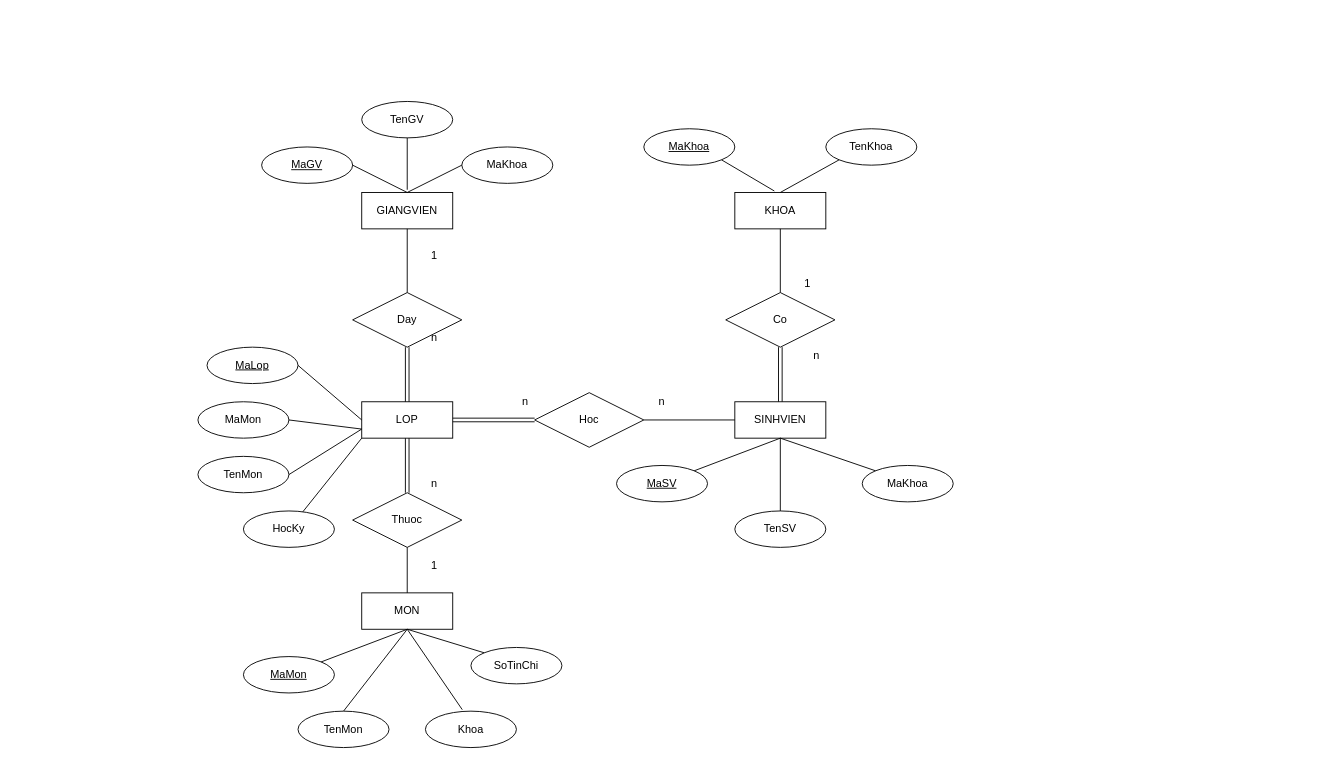
This is Untitled Diagram.drawio from QuangHuy2201/CSDL, a draw.io file, before an edit. Source tidied: cells renumbered, new cells numbered last; positions are measured from the earlier drawing's top-left corner, leaving out a move shared by most shapes. Both pictures are drawn from the tidied source at 91%, with x=0, y=0 at pixel (197, 101).
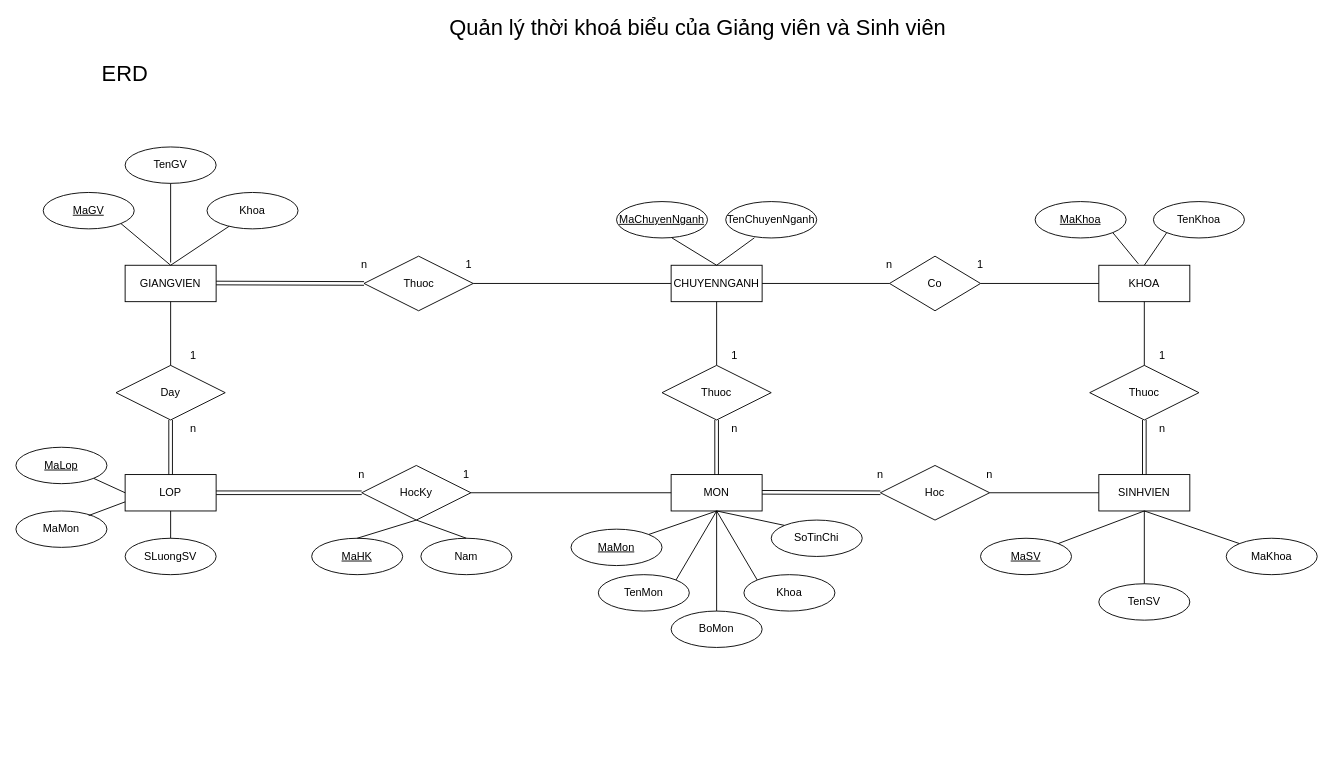
The same page after the edit.

Diff of the diagram source:
```diff
@@
     <mxCell id="2" value="GIANGVIEN" style="whiteSpace=wrap;html=1;align=center;" parent="1" vertex="1">
-      <mxGeometry x="180" y="100" width="100" height="40" as="geometry" />
+      <mxGeometry x="-80" y="180" width="100" height="40" as="geometry" />
     </mxCell>
     <mxCell id="3" value="MaGV" style="ellipse;whiteSpace=wrap;html=1;align=center;fontStyle=4;" parent="1" vertex="1">
-      <mxGeometry x="70" y="50" width="100" height="40" as="geometry" />
+      <mxGeometry x="-170" y="100" width="100" height="40" as="geometry" />
     </mxCell>
     <mxCell id="4" value="TenGV" style="ellipse;whiteSpace=wrap;html=1;align=center;" parent="1" vertex="1">
-      <mxGeometry x="180" width="100" height="40" as="geometry" />
+      <mxGeometry x="-80" y="50" width="100" height="40" as="geometry" />
     </mxCell>
-    <mxCell id="5" value="MaKhoa" style="ellipse;whiteSpace=wrap;html=1;align=center;" parent="1" vertex="1">
-      <mxGeometry x="290" y="50" width="100" height="40" as="geometry" />
+    <mxCell id="5" value="Khoa" style="ellipse;whiteSpace=wrap;html=1;align=center;" parent="1" vertex="1">
+      <mxGeometry x="10" y="100" width="100" height="40" as="geometry" />
     </mxCell>
     <mxCell id="6" style="endArrow=none;html=1;exitX=0.5;exitY=1;exitDx=0;exitDy=0;" parent="1" edge="1" source="4">
       <mxGeometry relative="1" as="geometry">
-        <mxPoint x="230" y="97" as="targetPoint" />
+        <mxPoint x="-30" y="177" as="targetPoint" />
       </mxGeometry>
     </mxCell>
-    <mxCell id="7" style="endArrow=none;html=1;entryX=0;entryY=0.5;entryDx=0;entryDy=0;" parent="1" edge="1" target="5">
+    <mxCell id="7" style="endArrow=none;html=1;" parent="1" edge="1" target="5">
       <mxGeometry relative="1" as="geometry">
-        <mxPoint x="230" y="100" as="sourcePoint" />
+        <mxPoint x="-30" y="180" as="sourcePoint" />
       </mxGeometry>
     </mxCell>
-    <mxCell id="8" style="endArrow=none;html=1;exitX=1;exitY=0.5;exitDx=0;exitDy=0;" parent="1" edge="1" source="3">
+    <mxCell id="8" style="endArrow=none;html=1;exitX=1;exitY=1;exitDx=0;exitDy=0;" parent="1" edge="1" source="3">
       <mxGeometry relative="1" as="geometry">
-        <mxPoint x="230" y="100" as="targetPoint" />
+        <mxPoint x="-30" y="180" as="targetPoint" />
       </mxGeometry>
     </mxCell>
     <mxCell id="9" value="KHOA" style="whiteSpace=wrap;html=1;align=center;" parent="1" vertex="1">
-      <mxGeometry x="590" y="100" width="100" height="40" as="geometry" />
+      <mxGeometry x="990" y="180" width="100" height="40" as="geometry" />
     </mxCell>
     <mxCell id="10" value="MaKhoa" style="ellipse;whiteSpace=wrap;html=1;align=center;fontStyle=4;" parent="1" vertex="1">
-      <mxGeometry x="490" y="30" width="100" height="40" as="geometry" />
+      <mxGeometry x="920" y="110" width="100" height="40" as="geometry" />
     </mxCell>
     <mxCell id="11" value="TenKhoa" style="ellipse;whiteSpace=wrap;html=1;align=center;" parent="1" vertex="1">
-      <mxGeometry x="690" y="30" width="100" height="40" as="geometry" />
+      <mxGeometry x="1050" y="110" width="100" height="40" as="geometry" />
     </mxCell>
@@
     <mxCell id="14" value="MON" style="whiteSpace=wrap;html=1;align=center;" parent="1" vertex="1">
-      <mxGeometry x="180" y="540" width="100" height="40" as="geometry" />
+      <mxGeometry x="520" y="410" width="100" height="40" as="geometry" />
     </mxCell>
     <mxCell id="15" value="MaMon" style="ellipse;whiteSpace=wrap;html=1;align=center;fontStyle=4;" parent="1" vertex="1">
-      <mxGeometry x="50" y="610" width="100" height="40" as="geometry" />
+      <mxGeometry x="410" y="470" width="100" height="40" as="geometry" />
     </mxCell>
     <mxCell id="16" value="TenMon" style="ellipse;whiteSpace=wrap;html=1;align=center;" parent="1" vertex="1">
-      <mxGeometry x="110" y="670" width="100" height="40" as="geometry" />
+      <mxGeometry x="440" y="520" width="100" height="40" as="geometry" />
     </mxCell>
-    <mxCell id="17" value="Khoa" style="ellipse;whiteSpace=wrap;html=1;align=center;" parent="1" vertex="1">
-      <mxGeometry x="250" y="670" width="100" height="40" as="geometry" />
+    <mxCell id="17" value="BoMon" style="ellipse;whiteSpace=wrap;html=1;align=center;" parent="1" vertex="1">
+      <mxGeometry x="520" y="560" width="100" height="40" as="geometry" />
     </mxCell>
     <mxCell id="18" value="SoTinChi" style="ellipse;whiteSpace=wrap;html=1;align=center;" parent="1" vertex="1">
-      <mxGeometry x="300" y="600" width="100" height="40" as="geometry" />
+      <mxGeometry x="630" y="460" width="100" height="40" as="geometry" />
     </mxCell>
-    <mxCell id="19" style="endArrow=none;html=1;exitX=1;exitY=0;exitDx=0;exitDy=0;" parent="1" edge="1">
+    <mxCell id="19" style="endArrow=none;html=1;exitX=1;exitY=0;exitDx=0;exitDy=0;" parent="1" edge="1" source="15">
       <mxGeometry relative="1" as="geometry">
-        <mxPoint x="135.4" y="615.9" as="sourcePoint" />
-        <mxPoint x="230" y="580" as="targetPoint" />
+        <mxPoint x="570" y="450" as="targetPoint" />
       </mxGeometry>
     </mxCell>
-    <mxCell id="20" style="endArrow=none;html=1;exitX=0.5;exitY=0;exitDx=0;exitDy=0;" parent="1" edge="1" source="16">
+    <mxCell id="20" style="endArrow=none;html=1;exitX=1;exitY=0;exitDx=0;exitDy=0;" parent="1" edge="1" source="16">
       <mxGeometry relative="1" as="geometry">
-        <mxPoint x="230" y="580" as="targetPoint" />
+        <mxPoint x="570" y="450" as="targetPoint" />
       </mxGeometry>
     </mxCell>
-    <mxCell id="21" style="endArrow=none;html=1;exitX=0.405;exitY=-0.041;exitDx=0;exitDy=0;exitPerimeter=0;" parent="1" edge="1" source="17">
+    <mxCell id="21" style="endArrow=none;html=1;exitX=0.5;exitY=0;exitDx=0;exitDy=0;" parent="1" edge="1" source="17">
       <mxGeometry relative="1" as="geometry">
-        <mxPoint x="230" y="580" as="targetPoint" />
+        <mxPoint x="570" y="450" as="targetPoint" />
       </mxGeometry>
     </mxCell>
@@
     <mxCell id="23" value="SINHVIEN" style="whiteSpace=wrap;html=1;align=center;" parent="1" vertex="1">
-      <mxGeometry x="590" y="330" width="100" height="40" as="geometry" />
+      <mxGeometry x="990" y="410" width="100" height="40" as="geometry" />
     </mxCell>
     <mxCell id="24" value="TenSV" style="ellipse;whiteSpace=wrap;html=1;align=center;" parent="1" vertex="1">
-      <mxGeometry x="590" y="450" width="100" height="40" as="geometry" />
+      <mxGeometry x="990" y="530" width="100" height="40" as="geometry" />
     </mxCell>
     <mxCell id="25" value="MaSV" style="ellipse;whiteSpace=wrap;html=1;align=center;fontStyle=4;" parent="1" vertex="1">
-      <mxGeometry x="460" y="400" width="100" height="40" as="geometry" />
+      <mxGeometry x="860" y="480" width="100" height="40" as="geometry" />
     </mxCell>
     <mxCell id="26" value="MaKhoa" style="ellipse;whiteSpace=wrap;html=1;align=center;" parent="1" vertex="1">
-      <mxGeometry x="730" y="400" width="100" height="40" as="geometry" />
+      <mxGeometry x="1130" y="480" width="100" height="40" as="geometry" />
     </mxCell>
@@
     <mxCell id="30" value="LOP" style="whiteSpace=wrap;html=1;align=center;" parent="1" vertex="1">
-      <mxGeometry x="180" y="330" width="100" height="40" as="geometry" />
+      <mxGeometry x="-80" y="410" width="100" height="40" as="geometry" />
     </mxCell>
     <mxCell id="31" value="MaLop" style="ellipse;whiteSpace=wrap;html=1;align=center;fontStyle=4;" parent="1" vertex="1">
-      <mxGeometry x="10" y="270" width="100" height="40" as="geometry" />
+      <mxGeometry x="-200" y="380" width="100" height="40" as="geometry" />
     </mxCell>
     <mxCell id="32" value="MaMon" style="ellipse;whiteSpace=wrap;html=1;align=center;" parent="1" vertex="1">
-      <mxGeometry y="330" width="100" height="40" as="geometry" />
+      <mxGeometry x="-200" y="450" width="100" height="40" as="geometry" />
     </mxCell>
-    <mxCell id="33" value="TenMon" style="ellipse;whiteSpace=wrap;html=1;align=center;" parent="1" vertex="1">
-      <mxGeometry y="390" width="100" height="40" as="geometry" />
-    </mxCell>
-    <mxCell id="34" value="HocKy" style="ellipse;whiteSpace=wrap;html=1;align=center;" parent="1" vertex="1">
-      <mxGeometry x="50" y="450" width="100" height="40" as="geometry" />
-    </mxCell>
-    <mxCell id="35" style="endArrow=none;html=1;exitX=1;exitY=0.5;exitDx=0;exitDy=0;entryX=0;entryY=0.75;entryDx=0;entryDy=0;" parent="1" edge="1" source="32" target="30">
+    <mxCell id="35" style="endArrow=none;html=1;exitX=0.8;exitY=0.125;exitDx=0;exitDy=0;entryX=0;entryY=0.75;entryDx=0;entryDy=0;exitPerimeter=0;" parent="1" edge="1" source="32" target="30">
       <mxGeometry relative="1" as="geometry" />
     </mxCell>
-    <mxCell id="36" style="endArrow=none;html=1;exitX=1;exitY=0.5;exitDx=0;exitDy=0;entryX=0;entryY=0.5;entryDx=0;entryDy=0;" parent="1" edge="1" source="31" target="30">
+    <mxCell id="36" style="endArrow=none;html=1;exitX=1;exitY=1;exitDx=0;exitDy=0;entryX=0;entryY=0.5;entryDx=0;entryDy=0;" parent="1" edge="1" source="31" target="30">
       <mxGeometry relative="1" as="geometry" />
     </mxCell>
-    <mxCell id="37" style="endArrow=none;html=1;exitX=1;exitY=0.5;exitDx=0;exitDy=0;entryX=0;entryY=0.75;entryDx=0;entryDy=0;" parent="1" edge="1" source="33" target="30">
-      <mxGeometry relative="1" as="geometry" />
-    </mxCell>
-    <mxCell id="38" style="endArrow=none;html=1;entryX=0;entryY=1;entryDx=0;entryDy=0;" parent="1" edge="1" source="34" target="30">
-      <mxGeometry relative="1" as="geometry" />
-    </mxCell>
     <mxCell id="39" value="Day" style="shape=rhombus;perimeter=rhombusPerimeter;whiteSpace=wrap;html=1;align=center;" parent="1" vertex="1">
-      <mxGeometry x="170" y="210" width="120" height="60" as="geometry" />
+      <mxGeometry x="-90" y="290" width="120" height="60" as="geometry" />
     </mxCell>
@@
     <mxCell id="42" value="n" style="text;html=1;strokeColor=none;fillColor=none;align=center;verticalAlign=middle;whiteSpace=wrap;rounded=0;" parent="1" vertex="1">
-      <mxGeometry x="240" y="250" width="40" height="20" as="geometry" />
+      <mxGeometry x="-25" y="350" width="40" height="20" as="geometry" />
     </mxCell>
     <mxCell id="43" value="1" style="text;html=1;strokeColor=none;fillColor=none;align=center;verticalAlign=middle;whiteSpace=wrap;rounded=0;" parent="1" vertex="1">
-      <mxGeometry x="240" y="160" width="40" height="20" as="geometry" />
+      <mxGeometry x="-25" y="270" width="40" height="20" as="geometry" />
     </mxCell>
     <mxCell id="44" value="Hoc" style="shape=rhombus;perimeter=rhombusPerimeter;whiteSpace=wrap;html=1;align=center;" parent="1" vertex="1">
-      <mxGeometry x="370" y="320" width="120" height="60" as="geometry" />
+      <mxGeometry x="750" y="400" width="120" height="60" as="geometry" />
     </mxCell>
-    <mxCell id="45" style="shape=link;html=1;exitX=1;exitY=0.5;exitDx=0;exitDy=0;entryX=0;entryY=0.5;entryDx=0;entryDy=0;" parent="1" edge="1" source="30" target="44">
-      <mxGeometry relative="1" as="geometry" />
-    </mxCell>
-    <mxCell id="46" style="endArrow=none;html=1;entryX=0;entryY=0.5;entryDx=0;entryDy=0;" parent="1" edge="1" target="23">
-      <mxGeometry relative="1" as="geometry">
-        <mxPoint x="490" y="350" as="sourcePoint" />
-      </mxGeometry>
+    <mxCell id="46" style="endArrow=none;html=1;entryX=0;entryY=0.5;entryDx=0;entryDy=0;exitX=1;exitY=0.5;exitDx=0;exitDy=0;" parent="1" edge="1" source="44" target="23">
+      <mxGeometry relative="1" as="geometry" />
     </mxCell>
     <mxCell id="47" value="n" style="text;html=1;strokeColor=none;fillColor=none;align=center;verticalAlign=middle;whiteSpace=wrap;rounded=0;" parent="1" vertex="1">
-      <mxGeometry x="340" y="320" width="40" height="20" as="geometry" />
+      <mxGeometry x="730" y="400" width="40" height="20" as="geometry" />
     </mxCell>
     <mxCell id="48" value="n" style="text;html=1;strokeColor=none;fillColor=none;align=center;verticalAlign=middle;whiteSpace=wrap;rounded=0;" parent="1" vertex="1">
-      <mxGeometry x="490" y="320" width="40" height="20" as="geometry" />
+      <mxGeometry x="850" y="400" width="40" height="20" as="geometry" />
     </mxCell>
-    <mxCell id="49" value="Thuoc" style="shape=rhombus;perimeter=rhombusPerimeter;whiteSpace=wrap;html=1;align=center;" parent="1" vertex="1">
-      <mxGeometry x="170" y="430" width="120" height="60" as="geometry" />
+    <mxCell id="49" value="HocKy" style="shape=rhombus;perimeter=rhombusPerimeter;whiteSpace=wrap;html=1;align=center;" parent="1" vertex="1">
+      <mxGeometry x="180" y="400" width="120" height="60" as="geometry" />
     </mxCell>
-    <mxCell id="50" style="shape=link;html=1;exitX=0.5;exitY=1;exitDx=0;exitDy=0;entryX=0.5;entryY=0;entryDx=0;entryDy=0;" parent="1" edge="1" source="30" target="49">
+    <mxCell id="50" style="shape=link;html=1;exitX=1;exitY=0.5;exitDx=0;exitDy=0;entryX=0;entryY=0.5;entryDx=0;entryDy=0;" parent="1" edge="1" source="30" target="49">
       <mxGeometry relative="1" as="geometry" />
     </mxCell>
-    <mxCell id="51" style="endArrow=none;html=1;exitX=0.5;exitY=1;exitDx=0;exitDy=0;entryX=0.5;entryY=0;entryDx=0;entryDy=0;" parent="1" edge="1" source="49" target="14">
+    <mxCell id="51" style="endArrow=none;html=1;exitX=1;exitY=0.5;exitDx=0;exitDy=0;entryX=0;entryY=0.5;entryDx=0;entryDy=0;" parent="1" edge="1" source="49" target="14">
       <mxGeometry relative="1" as="geometry" />
     </mxCell>
     <mxCell id="52" value="n" style="text;html=1;strokeColor=none;fillColor=none;align=center;verticalAlign=middle;whiteSpace=wrap;rounded=0;" parent="1" vertex="1">
-      <mxGeometry x="240" y="410" width="40" height="20" as="geometry" />
+      <mxGeometry x="160" y="400" width="40" height="20" as="geometry" />
     </mxCell>
     <mxCell id="53" value="1" style="text;html=1;strokeColor=none;fillColor=none;align=center;verticalAlign=middle;whiteSpace=wrap;rounded=0;" parent="1" vertex="1">
-      <mxGeometry x="240" y="500" width="40" height="20" as="geometry" />
+      <mxGeometry x="275" y="400" width="40" height="20" as="geometry" />
     </mxCell>
-    <mxCell id="54" value="Co" style="shape=rhombus;perimeter=rhombusPerimeter;whiteSpace=wrap;html=1;align=center;" parent="1" vertex="1">
-      <mxGeometry x="580" y="210" width="120" height="60" as="geometry" />
+    <mxCell id="54" value="Thuoc" style="shape=rhombus;perimeter=rhombusPerimeter;whiteSpace=wrap;html=1;align=center;" parent="1" vertex="1">
+      <mxGeometry x="980" y="290" width="120" height="60" as="geometry" />
     </mxCell>
     <mxCell id="55" style="shape=link;html=1;exitX=0.5;exitY=0;exitDx=0;exitDy=0;" parent="1" edge="1" source="23">
       <mxGeometry relative="1" as="geometry">
-        <mxPoint x="640" y="270" as="targetPoint" />
+        <mxPoint x="1040" y="350" as="targetPoint" />
       </mxGeometry>
     </mxCell>
-    <mxCell id="56" style="endArrow=none;html=1;entryX=0.5;entryY=1;entryDx=0;entryDy=0;" parent="1" edge="1" source="54" target="9">
-      <mxGeometry relative="1" as="geometry" />
-    </mxCell>
     <mxCell id="57" value="n" style="text;html=1;strokeColor=none;fillColor=none;align=center;verticalAlign=middle;whiteSpace=wrap;rounded=0;" parent="1" vertex="1">
-      <mxGeometry x="660" y="270" width="40" height="20" as="geometry" />
+      <mxGeometry x="1040" y="350" width="40" height="20" as="geometry" />
     </mxCell>
     <mxCell id="58" value="1" style="text;html=1;strokeColor=none;fillColor=none;align=center;verticalAlign=middle;whiteSpace=wrap;rounded=0;" parent="1" vertex="1">
-      <mxGeometry x="650" y="190" width="40" height="20" as="geometry" />
+      <mxGeometry x="1040" y="270" width="40" height="20" as="geometry" />
     </mxCell>
+    <mxCell id="59" value="CHUYENNGANH" style="whiteSpace=wrap;html=1;align=center;" parent="1" vertex="1">
+      <mxGeometry x="520" y="180" width="100" height="40" as="geometry" />
+    </mxCell>
+    <mxCell id="60" value="MaChuyenNganh" style="ellipse;whiteSpace=wrap;html=1;align=center;fontStyle=4;" parent="1" vertex="1">
+      <mxGeometry x="460" y="110" width="100" height="40" as="geometry" />
+    </mxCell>
+    <mxCell id="61" value="TenChuyenNganh" style="ellipse;whiteSpace=wrap;html=1;align=center;" parent="1" vertex="1">
+      <mxGeometry x="580" y="110" width="100" height="40" as="geometry" />
+    </mxCell>
+    <mxCell id="62" style="endArrow=none;html=1;rounded=0;entryX=0.61;entryY=1;entryDx=0;entryDy=0;entryPerimeter=0;exitX=0.5;exitY=0;exitDx=0;exitDy=0;" parent="1" edge="1" source="59" target="60">
+      <mxGeometry relative="1" as="geometry" />
+    </mxCell>
+    <mxCell id="63" style="endArrow=none;html=1;rounded=0;entryX=0.315;entryY=0.996;entryDx=0;entryDy=0;entryPerimeter=0;exitX=0.5;exitY=0;exitDx=0;exitDy=0;" parent="1" edge="1" source="59" target="61">
+      <mxGeometry relative="1" as="geometry" />
+    </mxCell>
+    <mxCell id="64" style="endArrow=none;html=1;rounded=0;entryX=0;entryY=0.5;entryDx=0;entryDy=0;exitX=1;exitY=0.5;exitDx=0;exitDy=0;" parent="1" edge="1" source="65" target="9">
+      <mxGeometry relative="1" as="geometry" />
+    </mxCell>
+    <mxCell id="65" value="Co" style="shape=rhombus;perimeter=rhombusPerimeter;whiteSpace=wrap;html=1;align=center;" parent="1" vertex="1">
+      <mxGeometry x="760" y="170" width="100" height="60" as="geometry" />
+    </mxCell>
+    <mxCell id="66" style="endArrow=none;html=1;rounded=0;entryX=0;entryY=0.5;entryDx=0;entryDy=0;exitX=1;exitY=0.5;exitDx=0;exitDy=0;" parent="1" edge="1" source="59" target="65">
+      <mxGeometry relative="1" as="geometry" />
+    </mxCell>
+    <mxCell id="67" style="endArrow=none;html=1;rounded=0;entryX=0;entryY=0.5;entryDx=0;entryDy=0;exitX=1;exitY=0.5;exitDx=0;exitDy=0;" parent="1" edge="1" source="68" target="59">
+      <mxGeometry relative="1" as="geometry" />
+    </mxCell>
+    <mxCell id="68" value="Thuoc" style="shape=rhombus;perimeter=rhombusPerimeter;whiteSpace=wrap;html=1;align=center;" parent="1" vertex="1">
+      <mxGeometry x="182.5" y="170" width="120" height="60" as="geometry" />
+    </mxCell>
+    <mxCell id="69" style="shape=link;html=1;rounded=0;entryX=0;entryY=0.5;entryDx=0;entryDy=0;" parent="1" edge="1" target="68">
+      <mxGeometry relative="1" as="geometry">
+        <mxPoint x="20" y="199.5" as="sourcePoint" />
+      </mxGeometry>
+    </mxCell>
+    <mxCell id="70" value="1" style="text;html=1;strokeColor=none;fillColor=none;align=center;verticalAlign=middle;whiteSpace=wrap;rounded=0;" parent="1" vertex="1">
+      <mxGeometry x="277.5" y="170" width="40" height="20" as="geometry" />
+    </mxCell>
+    <mxCell id="71" value="n" style="text;html=1;strokeColor=none;fillColor=none;align=center;verticalAlign=middle;whiteSpace=wrap;rounded=0;" parent="1" vertex="1">
+      <mxGeometry x="162.5" y="170" width="40" height="20" as="geometry" />
+    </mxCell>
+    <mxCell id="72" value="1" style="text;html=1;strokeColor=none;fillColor=none;align=center;verticalAlign=middle;whiteSpace=wrap;rounded=0;" parent="1" vertex="1">
+      <mxGeometry x="840" y="170" width="40" height="20" as="geometry" />
+    </mxCell>
+    <mxCell id="73" value="n" style="text;html=1;strokeColor=none;fillColor=none;align=center;verticalAlign=middle;whiteSpace=wrap;rounded=0;" parent="1" vertex="1">
+      <mxGeometry x="740" y="170" width="40" height="20" as="geometry" />
+    </mxCell>
+    <mxCell id="74" value="MaHK" style="ellipse;whiteSpace=wrap;html=1;align=center;fontStyle=4;" parent="1" vertex="1">
+      <mxGeometry x="125" y="480" width="100" height="40" as="geometry" />
+    </mxCell>
+    <mxCell id="75" value="Nam" style="ellipse;whiteSpace=wrap;html=1;align=center;" parent="1" vertex="1">
+      <mxGeometry x="245" y="480" width="100" height="40" as="geometry" />
+    </mxCell>
+    <mxCell id="76" style="endArrow=none;html=1;rounded=0;entryX=0.5;entryY=0;entryDx=0;entryDy=0;exitX=0.5;exitY=1;exitDx=0;exitDy=0;" parent="1" edge="1" source="49" target="74">
+      <mxGeometry relative="1" as="geometry" />
+    </mxCell>
+    <mxCell id="77" style="endArrow=none;html=1;rounded=0;entryX=0.5;entryY=1;entryDx=0;entryDy=0;exitX=0.5;exitY=0;exitDx=0;exitDy=0;" parent="1" edge="1" source="75" target="49">
+      <mxGeometry relative="1" as="geometry" />
+    </mxCell>
+    <mxCell id="78" value="Khoa" style="ellipse;whiteSpace=wrap;html=1;align=center;" parent="1" vertex="1">
+      <mxGeometry x="600" y="520" width="100" height="40" as="geometry" />
+    </mxCell>
+    <mxCell id="79" style="endArrow=none;html=1;rounded=0;entryX=0;entryY=0;entryDx=0;entryDy=0;exitX=0.5;exitY=1;exitDx=0;exitDy=0;" parent="1" edge="1" source="14" target="78">
+      <mxGeometry relative="1" as="geometry" />
+    </mxCell>
+    <mxCell id="80" style="shape=link;html=1;rounded=0;entryX=0;entryY=0.5;entryDx=0;entryDy=0;" parent="1" edge="1" target="44">
+      <mxGeometry relative="1" as="geometry">
+        <mxPoint x="620" y="429.5" as="sourcePoint" />
+      </mxGeometry>
+    </mxCell>
+    <mxCell id="56" style="endArrow=none;html=1;rounded=0;entryX=0.5;entryY=1;entryDx=0;entryDy=0;exitX=0.5;exitY=0;exitDx=0;exitDy=0;" parent="1" edge="1" source="54" target="9">
+      <mxGeometry relative="1" as="geometry" />
+    </mxCell>
+    <mxCell id="81" style="endArrow=none;html=1;rounded=0;entryX=0.5;entryY=1;entryDx=0;entryDy=0;exitX=0.5;exitY=0;exitDx=0;exitDy=0;" parent="1" edge="1" source="82">
+      <mxGeometry relative="1" as="geometry">
+        <mxPoint x="570" y="220" as="targetPoint" />
+      </mxGeometry>
+    </mxCell>
+    <mxCell id="82" value="Thuoc" style="shape=rhombus;perimeter=rhombusPerimeter;whiteSpace=wrap;html=1;align=center;" parent="1" vertex="1">
+      <mxGeometry x="510" y="290" width="120" height="60" as="geometry" />
+    </mxCell>
+    <mxCell id="83" value="1" style="text;html=1;strokeColor=none;fillColor=none;align=center;verticalAlign=middle;whiteSpace=wrap;rounded=0;" parent="1" vertex="1">
+      <mxGeometry x="570" y="270" width="40" height="20" as="geometry" />
+    </mxCell>
+    <mxCell id="84" value="n" style="text;html=1;strokeColor=none;fillColor=none;align=center;verticalAlign=middle;whiteSpace=wrap;rounded=0;" parent="1" vertex="1">
+      <mxGeometry x="570" y="350" width="40" height="20" as="geometry" />
+    </mxCell>
+    <mxCell id="85" style="shape=link;html=1;exitX=0.5;exitY=0;exitDx=0;exitDy=0;" parent="1" edge="1">
+      <mxGeometry relative="1" as="geometry">
+        <mxPoint x="570" y="410" as="sourcePoint" />
+        <mxPoint x="570" y="350" as="targetPoint" />
+      </mxGeometry>
+    </mxCell>
+    <mxCell id="86" style="edgeStyle=orthogonalEdgeStyle;rounded=0;orthogonalLoop=1;jettySize=auto;html=1;exitX=0.5;exitY=1;exitDx=0;exitDy=0;" parent="1" edge="1" source="75" target="75">
+      <mxGeometry relative="1" as="geometry" />
+    </mxCell>
+    <mxCell id="87" value="SLuongSV" style="ellipse;whiteSpace=wrap;html=1;align=center;" parent="1" vertex="1">
+      <mxGeometry x="-80" y="480" width="100" height="40" as="geometry" />
+    </mxCell>
+    <mxCell id="88" style="endArrow=none;html=1;rounded=0;entryX=0.5;entryY=1;entryDx=0;entryDy=0;exitX=0.5;exitY=0;exitDx=0;exitDy=0;" parent="1" edge="1" source="87" target="30">
+      <mxGeometry relative="1" as="geometry" />
+    </mxCell>
+    <mxCell id="89" value="&lt;font style=&quot;font-size: 24px&quot;&gt;Quản lý thời khoá biểu của Giảng viên và Sinh viên&lt;/font&gt;" style="text;html=1;strokeColor=none;fillColor=none;align=center;verticalAlign=middle;whiteSpace=wrap;rounded=0;" parent="1" vertex="1">
+      <mxGeometry x="257.5" y="-90" width="582.5" height="20" as="geometry" />
+    </mxCell>
+    <mxCell id="90" value="&lt;font style=&quot;font-size: 24px&quot;&gt;ERD&lt;/font&gt;" style="text;html=1;strokeColor=none;fillColor=none;align=center;verticalAlign=middle;whiteSpace=wrap;rounded=0;fontSize=18;" parent="1" vertex="1">
+      <mxGeometry x="-100" y="-40" width="40" height="20" as="geometry" />
+    </mxCell>
```
